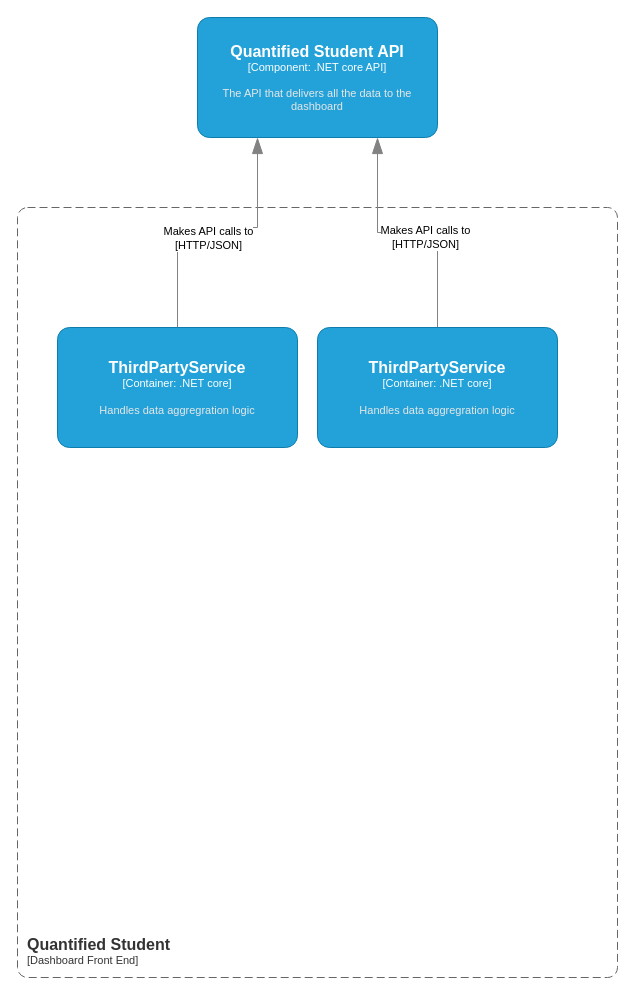
quantifiedstudent/QS-Docs keeps this draw.io diagram as page "C3 - Dashboard" (4 of 4) of QS - C4 model.drawio. Above is the earlier version. Source tidied: cells renumbered, new cells numbered last; positions are measured from the earlier drawing's top-left corner, leaving out a move shared by most shapes. Both pictures are drawn from the tidied source at 100%, with x=0, y=0 at pixel (17, 17).
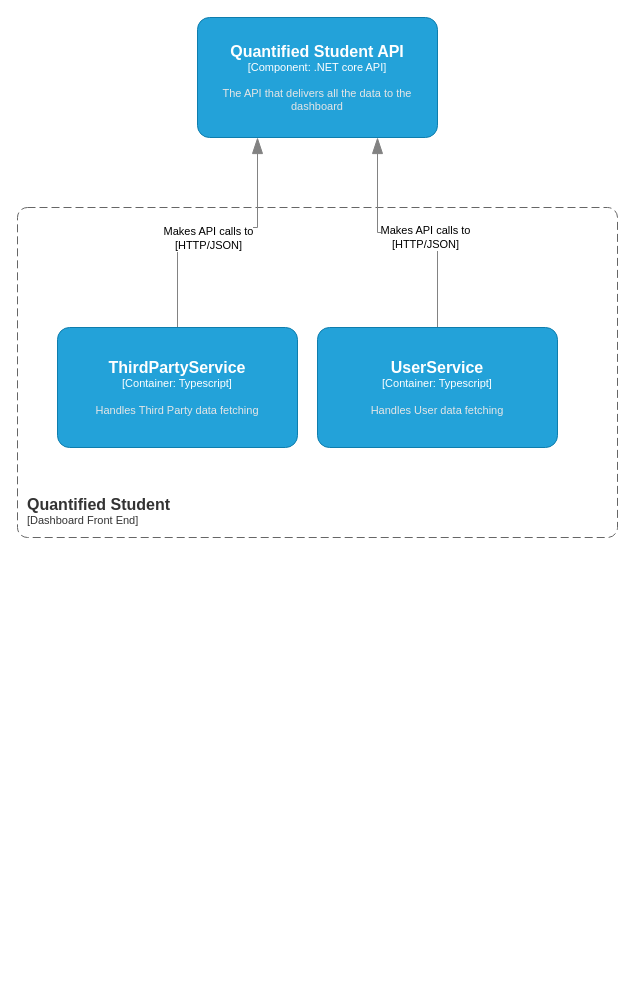
After the change.

What changed in the source:
```diff
@@
 <mxGraphModel>
   <root>
     <mxCell id="0" />
     <mxCell id="1" parent="0" />
     <object id="2" label="&lt;font style=&quot;font-size: 16px&quot;&gt;&lt;b&gt;&lt;div style=&quot;text-align: left&quot;&gt;%c4Name%&lt;/div&gt;&lt;/b&gt;&lt;/font&gt;&lt;div style=&quot;text-align: left&quot;&gt;[%c4Application%]&lt;/div&gt;" c4Application="Dashboard Front End" c4Name="Quantified Student" placeholders="1">
       <mxCell style="rounded=1;fontSize=11;whiteSpace=wrap;html=1;dashed=1;arcSize=20;fillColor=none;strokeColor=#666666;fontColor=#333333;labelBackgroundColor=none;align=left;verticalAlign=bottom;labelBorderColor=none;spacingTop=0;spacing=10;dashPattern=8 4;perimeter=rectanglePerimeter;noLabel=0;labelPadding=0;absoluteArcSize=1;" parent="1" vertex="1">
-        <mxGeometry y="190" width="600" height="770" as="geometry" />
+        <mxGeometry y="190" width="600" height="330" as="geometry" />
       </mxCell>
     </object>
     <mxCell id="3" style="endArrow=blockThin;html=1;fontSize=10;fontColor=#404040;strokeWidth=1;endFill=1;strokeColor=#828282;elbow=vertical;endSize=14;startSize=14;jumpStyle=arc;jumpSize=16;rounded=0;edgeStyle=orthogonalEdgeStyle;entryX=0.75;entryY=1;entryDx=0;entryDy=0;entryPerimeter=0;exitX=0.5;exitY=0;exitDx=0;exitDy=0;exitPerimeter=0;" parent="1" edge="1" source="9" target="5">
       <mxGeometry relative="1" as="geometry" />
     </mxCell>
     <mxCell id="4" value="Makes API calls to&lt;br&gt;[HTTP/JSON]" style="edgeLabel;html=1;align=center;verticalAlign=middle;" parent="3" vertex="1">
       <mxGeometry x="-0.13" y="4" relative="1" as="geometry">
         <mxPoint x="1" as="offset" />
       </mxGeometry>
     </mxCell>
     <object id="5" label="&lt;font style=&quot;font-size: 16px&quot;&gt;&lt;b&gt;%c4Name%&lt;/b&gt;&lt;/font&gt;&lt;div&gt;[%c4Type%: %c4Technology%]&lt;/div&gt;&lt;br&gt;&lt;div&gt;&lt;font style=&quot;font-size: 11px&quot;&gt;&lt;font color=&quot;#E6E6E6&quot;&gt;%c4Description%&lt;/font&gt;&lt;/div&gt;" c4Description="The API that delivers all the data to the dashboard" c4Name="Quantified Student API" c4Technology=".NET core API" c4Type="Component" placeholders="1">
       <mxCell style="rounded=1;whiteSpace=wrap;html=1;fontSize=11;labelBackgroundColor=none;fillColor=#23A2D9;fontColor=#ffffff;align=center;arcSize=10;strokeColor=#0E7DAD;points=[[0.25,0,0],[0.5,0,0],[0.75,0,0],[1,0.25,0],[1,0.5,0],[1,0.75,0],[0.75,1,0],[0.5,1,0],[0.25,1,0],[0,0.75,0],[0,0.5,0],[0,0.25,0]];" parent="1" vertex="1">
         <mxGeometry x="180" width="240" height="120" as="geometry" />
       </mxCell>
     </object>
     <mxCell id="6" style="endArrow=blockThin;html=1;fontSize=10;fontColor=#404040;strokeWidth=1;endFill=1;strokeColor=#828282;elbow=vertical;endSize=14;startSize=14;jumpStyle=arc;jumpSize=16;rounded=0;edgeStyle=orthogonalEdgeStyle;entryX=0.25;entryY=1;entryDx=0;entryDy=0;entryPerimeter=0;exitX=0.5;exitY=0;exitDx=0;exitDy=0;exitPerimeter=0;" parent="1" edge="1" source="8" target="5">
       <mxGeometry relative="1" as="geometry">
         <Array as="points">
           <mxPoint x="160" y="210" />
           <mxPoint x="240" y="210" />
         </Array>
       </mxGeometry>
     </mxCell>
     <mxCell id="7" value="Makes API calls to&lt;br&gt;[HTTP/JSON]" style="edgeLabel;html=1;align=center;verticalAlign=middle;" parent="6" vertex="1">
       <mxGeometry x="-0.13" y="4" relative="1" as="geometry">
         <mxPoint x="13" y="14" as="offset" />
       </mxGeometry>
     </mxCell>
-    <object id="8" label="&lt;font style=&quot;font-size: 16px&quot;&gt;&lt;b&gt;%c4Name%&lt;/b&gt;&lt;/font&gt;&lt;div&gt;[%c4Type%: %c4Technology%]&lt;/div&gt;&lt;br&gt;&lt;div&gt;&lt;font style=&quot;font-size: 11px&quot;&gt;&lt;font color=&quot;#E6E6E6&quot;&gt;%c4Description%&lt;/font&gt;&lt;/div&gt;" c4Description="Handles data aggregration logic" c4Name="ThirdPartyService" c4Technology=".NET core" c4Type="Container" placeholders="1">
+    <object id="8" label="&lt;font style=&quot;font-size: 16px&quot;&gt;&lt;b&gt;%c4Name%&lt;/b&gt;&lt;/font&gt;&lt;div&gt;[%c4Type%: %c4Technology%]&lt;/div&gt;&lt;br&gt;&lt;div&gt;&lt;font style=&quot;font-size: 11px&quot;&gt;&lt;font color=&quot;#E6E6E6&quot;&gt;%c4Description%&lt;/font&gt;&lt;/div&gt;" c4Description="Handles Third Party data fetching" c4Name="ThirdPartyService" c4Technology="Typescript" c4Type="Container" placeholders="1">
       <mxCell style="rounded=1;whiteSpace=wrap;html=1;fontSize=11;labelBackgroundColor=none;fillColor=#23A2D9;fontColor=#ffffff;align=center;arcSize=10;strokeColor=#0E7DAD;points=[[0.25,0,0],[0.5,0,0],[0.75,0,0],[1,0.25,0],[1,0.5,0],[1,0.75,0],[0.75,1,0],[0.5,1,0],[0.25,1,0],[0,0.75,0],[0,0.5,0],[0,0.25,0]];" parent="1" vertex="1">
         <mxGeometry x="40" y="310" width="240" height="120" as="geometry" />
       </mxCell>
     </object>
-    <object id="9" label="&lt;font style=&quot;font-size: 16px&quot;&gt;&lt;b&gt;%c4Name%&lt;/b&gt;&lt;/font&gt;&lt;div&gt;[%c4Type%: %c4Technology%]&lt;/div&gt;&lt;br&gt;&lt;div&gt;&lt;font style=&quot;font-size: 11px&quot;&gt;&lt;font color=&quot;#E6E6E6&quot;&gt;%c4Description%&lt;/font&gt;&lt;/div&gt;" c4Description="Handles data aggregration logic" c4Name="ThirdPartyService" c4Technology=".NET core" c4Type="Container" placeholders="1">
+    <object id="9" label="&lt;font style=&quot;font-size: 16px&quot;&gt;&lt;b&gt;%c4Name%&lt;/b&gt;&lt;/font&gt;&lt;div&gt;[%c4Type%: %c4Technology%]&lt;/div&gt;&lt;br&gt;&lt;div&gt;&lt;font style=&quot;font-size: 11px&quot;&gt;&lt;font color=&quot;#E6E6E6&quot;&gt;%c4Description%&lt;/font&gt;&lt;/div&gt;" c4Description="Handles User data fetching" c4Name="UserService" c4Technology="Typescript" c4Type="Container" placeholders="1">
       <mxCell style="rounded=1;whiteSpace=wrap;html=1;fontSize=11;labelBackgroundColor=none;fillColor=#23A2D9;fontColor=#ffffff;align=center;arcSize=10;strokeColor=#0E7DAD;points=[[0.25,0,0],[0.5,0,0],[0.75,0,0],[1,0.25,0],[1,0.5,0],[1,0.75,0],[0.75,1,0],[0.5,1,0],[0.25,1,0],[0,0.75,0],[0,0.5,0],[0,0.25,0]];" parent="1" vertex="1">
         <mxGeometry x="300" y="310" width="240" height="120" as="geometry" />
       </mxCell>
     </object>
   </root>
 </mxGraphModel>
```
